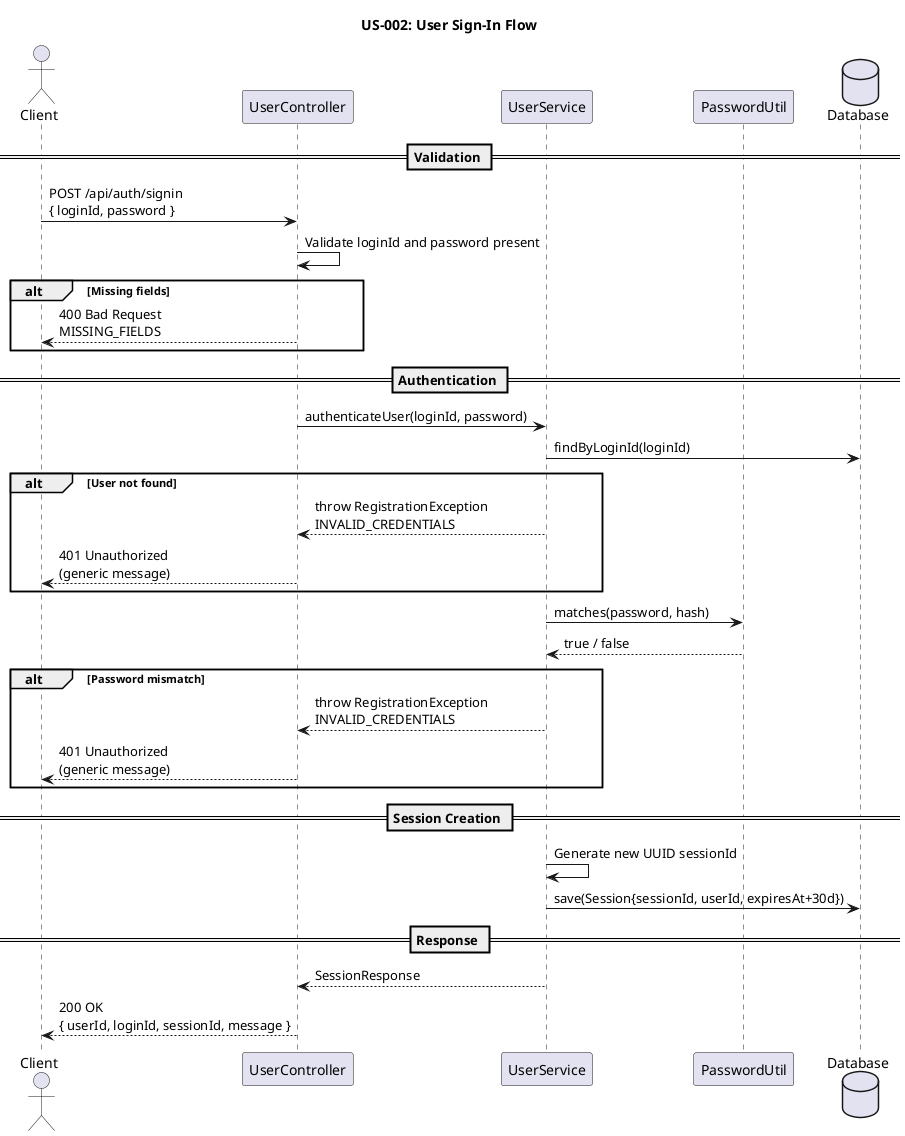
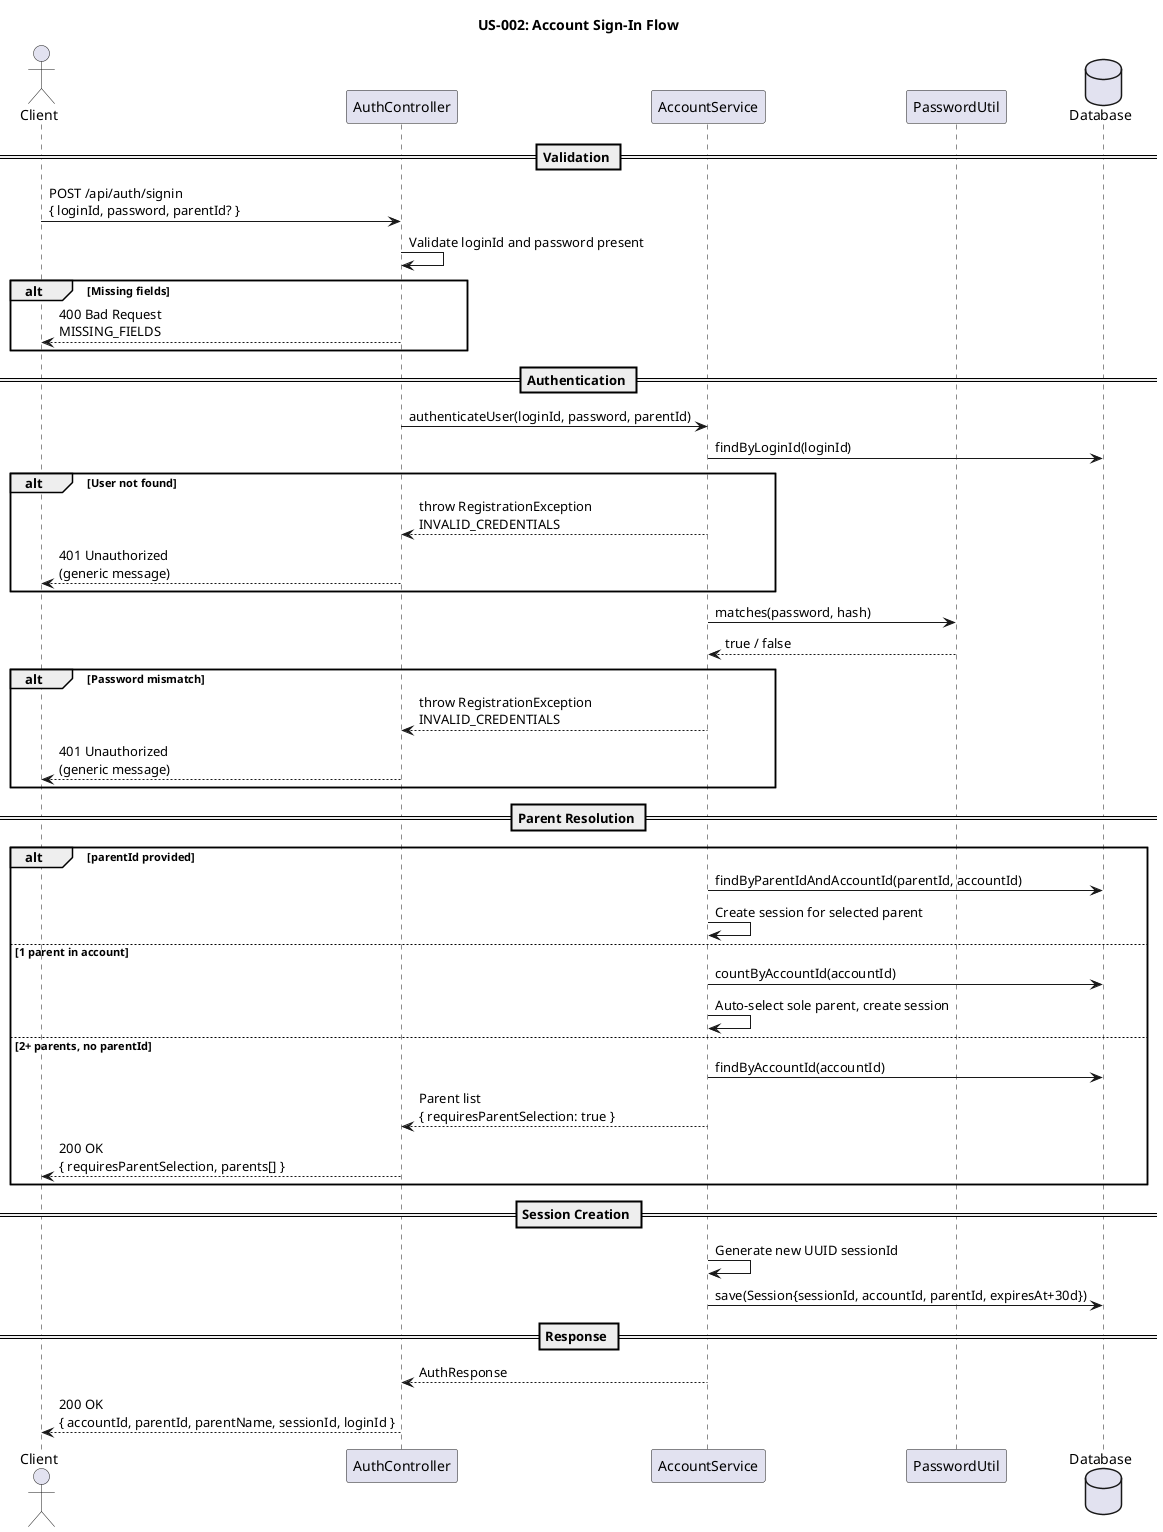
@startuml
- title US-002: User Sign-In Flow
+ title US-002: Account Sign-In Flow

actor "Client" as client
- participant "UserController" as ctrl
- participant "UserService" as svc
+ participant "AuthController" as ctrl
+ participant "AccountService" as svc
participant "PasswordUtil" as pwd
database "Database" as db

== Validation ==
- client -> ctrl: POST /api/auth/signin\n{ loginId, password }
+ client -> ctrl: POST /api/auth/signin\n{ loginId, password, parentId? }
ctrl -> ctrl: Validate loginId and password present

alt Missing fields
    ctrl --> client: 400 Bad Request\nMISSING_FIELDS
end

== Authentication ==
- ctrl -> svc: authenticateUser(loginId, password)
+ ctrl -> svc: authenticateUser(loginId, password, parentId)
svc -> db: findByLoginId(loginId)

alt User not found
    svc --> ctrl: throw RegistrationException\nINVALID_CREDENTIALS
    ctrl --> client: 401 Unauthorized\n(generic message)
end

svc -> pwd: matches(password, hash)
pwd --> svc: true / false

alt Password mismatch
    svc --> ctrl: throw RegistrationException\nINVALID_CREDENTIALS
    ctrl --> client: 401 Unauthorized\n(generic message)
end

+ == Parent Resolution ==
+ alt parentId provided
+     svc -> db: findByParentIdAndAccountId(parentId, accountId)
+     svc -> svc: Create session for selected parent
+ else 1 parent in account
+     svc -> db: countByAccountId(accountId)
+     svc -> svc: Auto-select sole parent, create session
+ else 2+ parents, no parentId
+     svc -> db: findByAccountId(accountId)
+     svc --> ctrl: Parent list\n{ requiresParentSelection: true }
+     ctrl --> client: 200 OK\n{ requiresParentSelection, parents[] }
+ end
+ 
== Session Creation ==
svc -> svc: Generate new UUID sessionId
- svc -> db: save(Session{sessionId, userId, expiresAt+30d})
+ svc -> db: save(Session{sessionId, accountId, parentId, expiresAt+30d})

== Response ==
- svc --> ctrl: SessionResponse
- ctrl --> client: 200 OK\n{ userId, loginId, sessionId, message }
+ svc --> ctrl: AuthResponse
+ ctrl --> client: 200 OK\n{ accountId, parentId, parentName, sessionId, loginId }

@enduml
